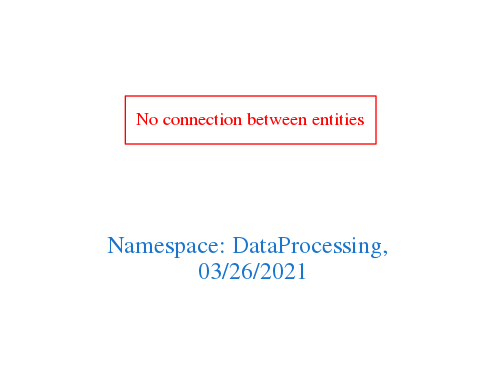
arago/OGIT keeps this Graphviz diagram as downloads/DataProcessing.png. Above is the earlier version. Its source is kept beside it as downloads/DataProcessing.dot.
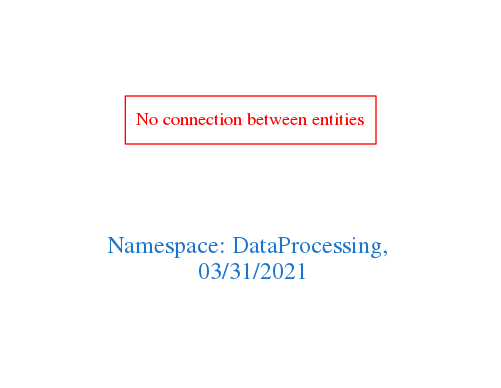
Above is the later version.

The edit, as a diff of the source:
```diff
@@ -1,7 +1,7 @@
 digraph OGIT_ontology {
  graph [ rankdir= LR,pad=1
 fontsize = 18,
-fontcolor= dodgerblue3,label = "\n\n\nNamespace: DataProcessing, \n 03/26/2021"];
+fontcolor= dodgerblue3,label = "\n\n\nNamespace: DataProcessing, \n 03/31/2021"];
 node[shape=polygon];
 edge [  color="gray81"];
 
```
